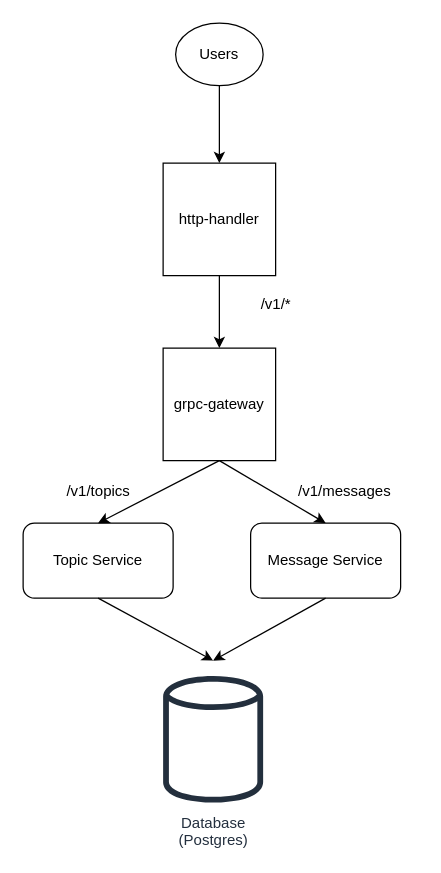
Above: public/static/images/Untitled Diagram.drawio in panyam/blog (draw.io), before the change. Source tidied: cells renumbered, new cells numbered last; positions are measured from the earlier drawing's top-left corner, leaving out a move shared by most shapes. Both pictures are drawn from the tidied source at 125%, with x=0, y=0 at pixel (22, 22).
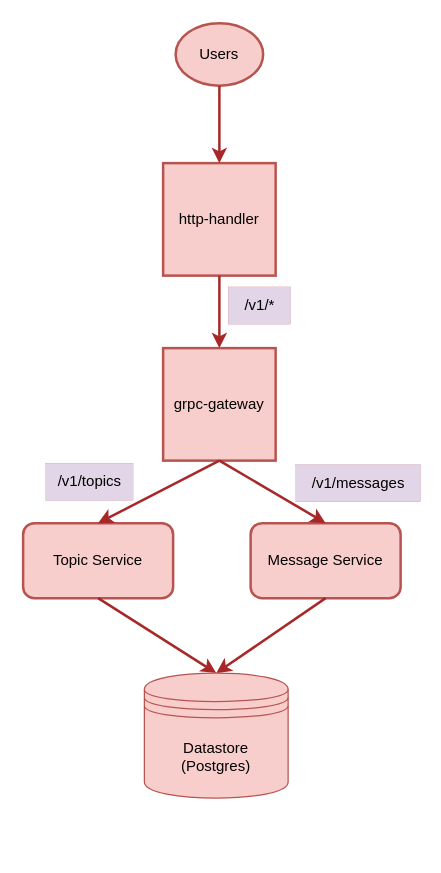
Above is the later version.

The edit, as a diff of the source:
```diff
@@
 <mxGraphModel>
   <root>
     <mxCell id="0" />
     <mxCell id="1" parent="0" />
-    <mxCell id="2" value="http-handler" style="whiteSpace=wrap;html=1;" parent="1" vertex="1">
+    <mxCell id="2" value="http-handler" style="whiteSpace=wrap;html=1;fillColor=#f8cecc;strokeColor=#b85450;strokeWidth=2;" parent="1" vertex="1">
       <mxGeometry x="112" y="112" width="90" height="90" as="geometry" />
     </mxCell>
-    <mxCell id="3" value="Users" style="ellipse;whiteSpace=wrap;html=1;" parent="1" vertex="1">
+    <mxCell id="3" value="Users" style="ellipse;whiteSpace=wrap;html=1;strokeWidth=2;fillColor=#f8cecc;strokeColor=#b85450;" parent="1" vertex="1">
       <mxGeometry x="122" width="70" height="50" as="geometry" />
     </mxCell>
-    <mxCell id="4" value="Database&lt;br&gt;(Postgres)" style="sketch=0;fontColor=#232F3E;gradientColor=none;fillColor=#232F3D;strokeColor=none;dashed=0;verticalLabelPosition=bottom;verticalAlign=top;align=center;html=1;fontSize=12;fontStyle=0;shape=mxgraph.aws4.generic_database;" parent="1" vertex="1">
-      <mxGeometry x="112" y="520" width="80" height="105.8" as="geometry" />
-    </mxCell>
-    <mxCell id="5" value="grpc-gateway" style="whiteSpace=wrap;html=1;" parent="1" vertex="1">
+    <mxCell id="5" value="grpc-gateway" style="whiteSpace=wrap;html=1;fillColor=#f8cecc;strokeColor=#b85450;strokeWidth=2;" parent="1" vertex="1">
       <mxGeometry x="112" y="260" width="90" height="90" as="geometry" />
     </mxCell>
-    <mxCell id="6" style="endArrow=classic;html=1;rounded=0;exitX=0.5;exitY=1;exitDx=0;exitDy=0;entryX=0.5;entryY=0;entryDx=0;entryDy=0;" parent="1" edge="1" source="2" target="5">
+    <mxCell id="6" style="endArrow=classic;html=1;rounded=0;exitX=0.5;exitY=1;exitDx=0;exitDy=0;entryX=0.5;entryY=0;entryDx=0;entryDy=0;strokeColor=#A62828;strokeWidth=2;fillColor=#e1d5e7;" parent="1" edge="1" source="2" target="5">
       <mxGeometry relative="1" as="geometry" />
     </mxCell>
-    <mxCell id="7" value="Topic Service" style="rounded=1;whiteSpace=wrap;html=1;" parent="1" vertex="1">
+    <mxCell id="7" value="Topic Service" style="rounded=1;whiteSpace=wrap;html=1;fillColor=#f8cecc;strokeColor=#b85450;strokeWidth=2;" parent="1" vertex="1">
       <mxGeometry y="400" width="120" height="60" as="geometry" />
     </mxCell>
-    <mxCell id="8" value="Message Service" style="rounded=1;whiteSpace=wrap;html=1;" parent="1" vertex="1">
+    <mxCell id="8" value="Message Service" style="rounded=1;whiteSpace=wrap;html=1;fillColor=#f8cecc;strokeColor=#b85450;strokeWidth=2;" parent="1" vertex="1">
       <mxGeometry x="182" y="400" width="120" height="60" as="geometry" />
     </mxCell>
-    <mxCell id="9" style="endArrow=classic;html=1;rounded=0;exitX=0.5;exitY=1;exitDx=0;exitDy=0;entryX=0.5;entryY=0;entryDx=0;entryDy=0;" parent="1" edge="1" source="5" target="7">
+    <mxCell id="9" style="endArrow=classic;html=1;rounded=0;exitX=0.5;exitY=1;exitDx=0;exitDy=0;entryX=0.5;entryY=0;entryDx=0;entryDy=0;strokeColor=#A62828;strokeWidth=2;fillColor=#e1d5e7;" parent="1" edge="1" source="5" target="7">
       <mxGeometry relative="1" as="geometry" />
     </mxCell>
-    <mxCell id="10" style="endArrow=classic;html=1;rounded=0;exitX=0.5;exitY=1;exitDx=0;exitDy=0;entryX=0.5;entryY=0;entryDx=0;entryDy=0;" parent="1" edge="1" source="5" target="8">
+    <mxCell id="10" style="endArrow=classic;html=1;rounded=0;exitX=0.5;exitY=1;exitDx=0;exitDy=0;entryX=0.5;entryY=0;entryDx=0;entryDy=0;strokeColor=#A62828;strokeWidth=2;fillColor=#e1d5e7;" parent="1" edge="1" source="5" target="8">
       <mxGeometry relative="1" as="geometry" />
     </mxCell>
-    <mxCell id="11" style="endArrow=classic;html=1;rounded=0;exitX=0.5;exitY=1;exitDx=0;exitDy=0;" parent="1" edge="1" source="8">
-      <mxGeometry relative="1" as="geometry">
-        <mxPoint x="152" y="510" as="targetPoint" />
-      </mxGeometry>
+    <mxCell id="11" style="endArrow=classic;html=1;rounded=0;exitX=0.5;exitY=1;exitDx=0;exitDy=0;strokeColor=#A62828;strokeWidth=2;fillColor=#e1d5e7;entryX=0.5;entryY=0;entryDx=0;entryDy=0;" parent="1" edge="1" source="8" target="17">
+      <mxGeometry relative="1" as="geometry" />
     </mxCell>
-    <mxCell id="12" style="endArrow=classic;html=1;rounded=0;exitX=0.5;exitY=1;exitDx=0;exitDy=0;" parent="1" edge="1" source="7">
-      <mxGeometry relative="1" as="geometry">
-        <mxPoint x="152" y="510" as="targetPoint" />
-      </mxGeometry>
+    <mxCell id="12" style="endArrow=classic;html=1;rounded=0;exitX=0.5;exitY=1;exitDx=0;exitDy=0;strokeColor=#A62828;strokeWidth=2;fillColor=#e1d5e7;entryX=0.5;entryY=0;entryDx=0;entryDy=0;" parent="1" edge="1" source="7" target="17">
+      <mxGeometry relative="1" as="geometry" />
     </mxCell>
-    <mxCell id="13" value="/v1/topics" style="text;html=1;align=center;verticalAlign=middle;strokeColor=none;fillColor=none;" parent="1" vertex="1">
-      <mxGeometry x="25" y="360" width="70" height="30" as="geometry" />
+    <mxCell id="13" value="/v1/topics" style="text;html=1;align=center;verticalAlign=middle;strokeColor=#A62828;fillColor=#e1d5e7;strokeWidth=0;" parent="1" vertex="1">
+      <mxGeometry x="18" y="352" width="70" height="30" as="geometry" />
     </mxCell>
-    <mxCell id="14" value="/v1/messages" style="text;html=1;align=center;verticalAlign=middle;strokeColor=none;fillColor=none;" parent="1" vertex="1">
-      <mxGeometry x="207" y="360" width="100" height="30" as="geometry" />
+    <mxCell id="14" value="/v1/messages" style="text;html=1;align=center;verticalAlign=middle;strokeColor=#A62828;fillColor=#e1d5e7;strokeWidth=0;" parent="1" vertex="1">
+      <mxGeometry x="218" y="353" width="100" height="30" as="geometry" />
     </mxCell>
-    <mxCell id="15" value="/v1/*" style="text;html=1;align=center;verticalAlign=middle;strokeColor=none;fillColor=none;" parent="1" vertex="1">
-      <mxGeometry x="177" y="210" width="50" height="30" as="geometry" />
+    <mxCell id="15" value="/v1/*" style="text;html=1;align=center;verticalAlign=middle;strokeColor=#A62828;fillColor=#e1d5e7;strokeWidth=0;" parent="1" vertex="1">
+      <mxGeometry x="164" y="211" width="50" height="30" as="geometry" />
     </mxCell>
-    <mxCell id="16" style="endArrow=classic;html=1;rounded=0;exitX=0.5;exitY=1;exitDx=0;exitDy=0;entryX=0.5;entryY=0;entryDx=0;entryDy=0;" parent="1" edge="1" source="3" target="2">
+    <mxCell id="16" style="endArrow=classic;html=1;rounded=0;exitX=0.5;exitY=1;exitDx=0;exitDy=0;entryX=0.5;entryY=0;entryDx=0;entryDy=0;strokeColor=#A62828;strokeWidth=2;fillColor=#e1d5e7;" parent="1" edge="1" source="3" target="2">
       <mxGeometry relative="1" as="geometry" />
     </mxCell>
+    <mxCell id="17" value="Datastore&lt;br&gt;(Postgres)" style="shape=datastore;whiteSpace=wrap;html=1;fillColor=#f8cecc;strokeColor=#b85450;" parent="1" vertex="1">
+      <mxGeometry x="97" y="520" width="115" height="100" as="geometry" />
+    </mxCell>
   </root>
 </mxGraphModel>
```
